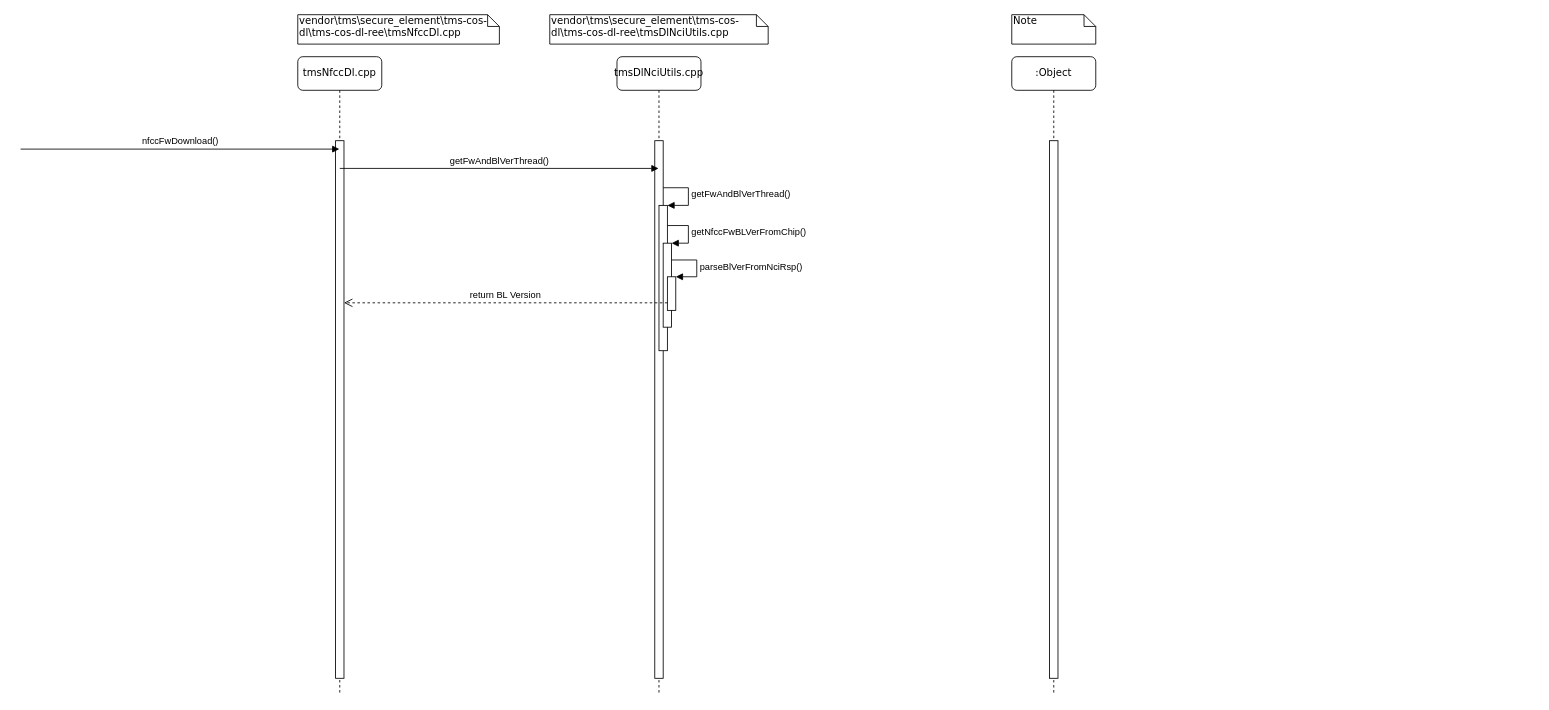
SuperSources/draw.io keeps this draw.io diagram as FwBLUpdate.drawio. Above is the earlier version. Source tidied: cells renumbered, new cells numbered last; positions are measured from the earlier drawing's top-left corner, leaving out a move shared by most shapes. Both pictures are drawn from the tidied source at 84%, with x=0, y=0 at pixel (20, 14).
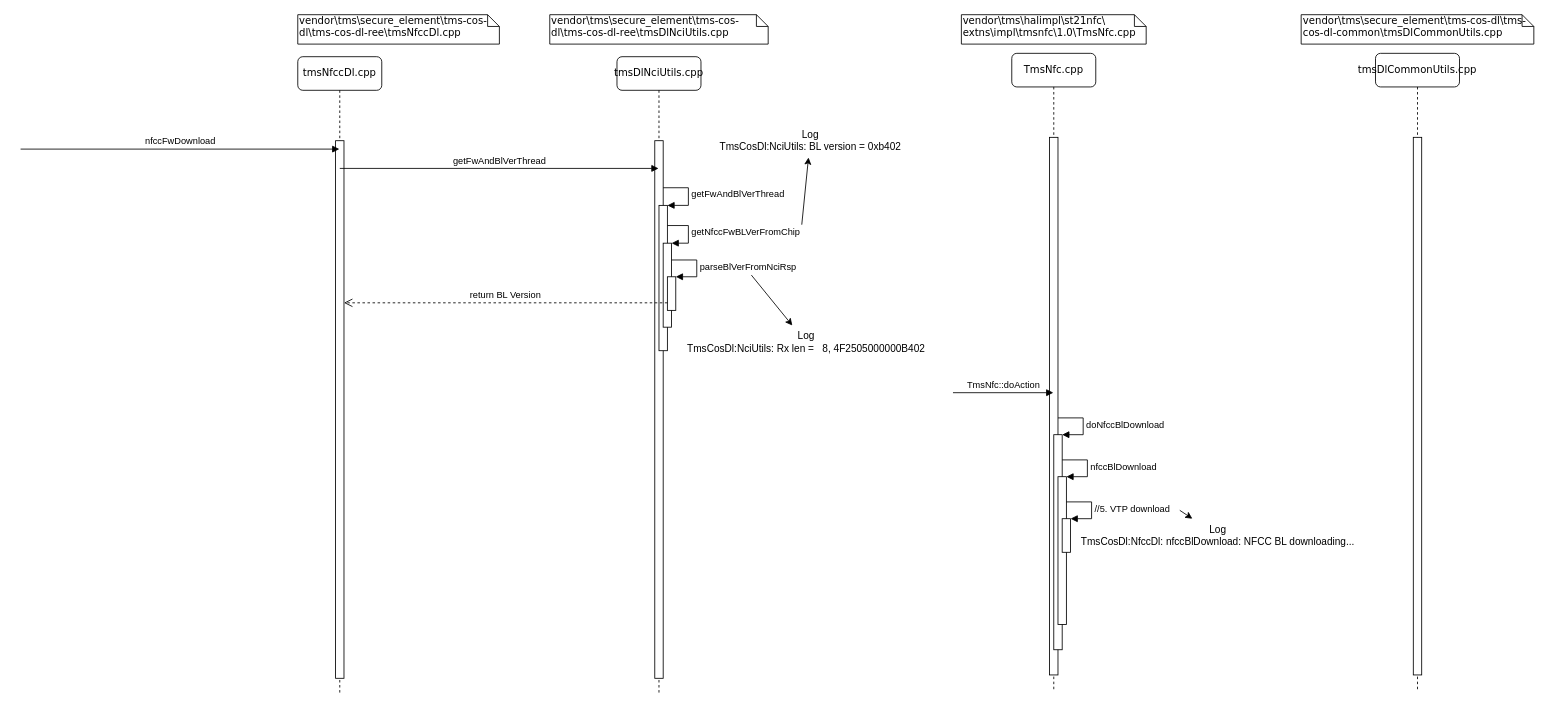
After the change.

Unchanged cells that the change refers to:
```xml
<mxCell id="4" value="tmsDlNciUtils.cpp" style="shape=umlLifeline;perimeter=lifelinePerimeter;whiteSpace=wrap;html=1;rounded=1;shadow=0;comic=0;labelBackgroundColor=none;strokeWidth=1;fontFamily=Verdana;fontSize=12;align=center;" parent="1" vertex="1">
  <mxGeometry x="710" y="50" width="100" height="760" as="geometry" />
</mxCell>
<mxCell id="6" style="html=1;points=[];perimeter=orthogonalPerimeter;" parent="4" vertex="1">
  <mxGeometry x="50" y="177" width="10" height="173" as="geometry" />
</mxCell>
<mxCell id="8" style="html=1;points=[];perimeter=orthogonalPerimeter;" parent="4" vertex="1">
  <mxGeometry x="55" y="222" width="10" height="100" as="geometry" />
</mxCell>
<mxCell id="10" style="html=1;points=[];perimeter=orthogonalPerimeter;" parent="4" vertex="1">
  <mxGeometry x="60" y="262" width="10" height="40" as="geometry" />
</mxCell>
<mxCell id="14" value="tmsNfccDl.cpp" style="shape=umlLifeline;perimeter=lifelinePerimeter;whiteSpace=wrap;html=1;rounded=1;shadow=0;comic=0;labelBackgroundColor=none;strokeWidth=1;fontFamily=Verdana;fontSize=12;align=center;" parent="1" vertex="1">
  <mxGeometry x="330" y="50" width="100" height="760" as="geometry" />
</mxCell>
```

The edit, as a diff of the source:
```diff
@@
-    <mxCell id="2" value=":Object" style="shape=umlLifeline;perimeter=lifelinePerimeter;whiteSpace=wrap;html=1;outlineConnect=0;rounded=1;shadow=0;comic=0;labelBackgroundColor=none;strokeWidth=1;fontFamily=Verdana;fontSize=12;align=center;" parent="1" vertex="1">
-      <mxGeometry x="1180" y="50" width="100" height="760" as="geometry" />
+    <mxCell id="2" value="TmsNfc.cpp" style="shape=umlLifeline;perimeter=lifelinePerimeter;whiteSpace=wrap;html=1;outlineConnect=0;rounded=1;shadow=0;comic=0;labelBackgroundColor=none;strokeWidth=1;fontFamily=Verdana;fontSize=12;align=center;" parent="1" vertex="1">
+      <mxGeometry x="1180" y="46" width="100" height="760" as="geometry" />
     </mxCell>
@@
+    <mxCell id="20" style="html=1;points=[];perimeter=orthogonalPerimeter;" parent="2" vertex="1">
+      <mxGeometry x="50" y="454" width="10" height="256" as="geometry" />
+    </mxCell>
+    <mxCell id="21" value="doNfccBlDownload" style="edgeStyle=orthogonalEdgeStyle;html=1;align=left;spacingLeft=2;endArrow=block;rounded=0;entryX=1;entryY=0;" parent="2" edge="1" target="20">
+      <mxGeometry relative="1" as="geometry">
+        <mxPoint x="55" y="434" as="sourcePoint" />
+        <Array as="points">
+          <mxPoint x="85" y="434" />
+        </Array>
+      </mxGeometry>
+    </mxCell>
+    <mxCell id="22" style="html=1;points=[];perimeter=orthogonalPerimeter;" parent="2" vertex="1">
+      <mxGeometry x="55" y="504" width="10" height="176" as="geometry" />
+    </mxCell>
+    <mxCell id="23" value="nfccBlDownload" style="edgeStyle=orthogonalEdgeStyle;html=1;align=left;spacingLeft=2;endArrow=block;rounded=0;entryX=1;entryY=0;" parent="2" edge="1" target="22">
+      <mxGeometry relative="1" as="geometry">
+        <mxPoint x="60" y="484" as="sourcePoint" />
+        <Array as="points">
+          <mxPoint x="90" y="484" />
+        </Array>
+      </mxGeometry>
+    </mxCell>
+    <mxCell id="24" style="html=1;points=[];perimeter=orthogonalPerimeter;" parent="2" vertex="1">
+      <mxGeometry x="60" y="554" width="10" height="40" as="geometry" />
+    </mxCell>
+    <mxCell id="25" value="//5. VTP download" style="edgeStyle=orthogonalEdgeStyle;html=1;align=left;spacingLeft=2;endArrow=block;rounded=0;entryX=1;entryY=0;" parent="2" edge="1" target="24">
+      <mxGeometry relative="1" as="geometry">
+        <mxPoint x="65" y="534" as="sourcePoint" />
+        <Array as="points">
+          <mxPoint x="95" y="534" />
+        </Array>
+      </mxGeometry>
+    </mxCell>
+    <mxCell id="26" style="endArrow=classic;html=1;rounded=0;" parent="2" edge="1" target="31">
+      <mxGeometry relative="1" as="geometry">
+        <mxPoint x="200" y="544" as="sourcePoint" />
+      </mxGeometry>
+    </mxCell>
@@
-    <mxCell id="7" value="getFwAndBlVerThread()" style="edgeStyle=orthogonalEdgeStyle;html=1;align=left;spacingLeft=2;endArrow=block;rounded=0;entryX=1;entryY=0;" parent="4" edge="1" target="6">
+    <mxCell id="7" value="getFwAndBlVerThread" style="edgeStyle=orthogonalEdgeStyle;html=1;align=left;spacingLeft=2;endArrow=block;rounded=0;entryX=1;entryY=0;" parent="4" edge="1" target="6">
       <mxGeometry relative="1" as="geometry">
         <mxPoint x="55" y="156" as="sourcePoint" />
         <Array as="points">
           <mxPoint x="85" y="156" />
         </Array>
       </mxGeometry>
     </mxCell>
@@
-    <mxCell id="9" value="getNfccFwBLVerFromChip()" style="edgeStyle=orthogonalEdgeStyle;html=1;align=left;spacingLeft=2;endArrow=block;rounded=0;entryX=1;entryY=0;" parent="4" edge="1" target="8">
+    <mxCell id="9" value="getNfccFwBLVerFromChip" style="edgeStyle=orthogonalEdgeStyle;html=1;align=left;spacingLeft=2;endArrow=block;rounded=0;entryX=1;entryY=0;" parent="4" edge="1" target="8">
       <mxGeometry relative="1" as="geometry">
         <mxPoint x="60" y="201" as="sourcePoint" />
         <Array as="points">
           <mxPoint x="85" y="201" />
           <mxPoint x="85" y="222" />
         </Array>
       </mxGeometry>
     </mxCell>
@@
-    <mxCell id="11" value="parseBlVerFromNciRsp()" style="edgeStyle=orthogonalEdgeStyle;html=1;align=left;spacingLeft=2;endArrow=block;rounded=0;entryX=1;entryY=0;" parent="4" edge="1" target="10">
+    <mxCell id="11" value="parseBlVerFromNciRsp" style="edgeStyle=orthogonalEdgeStyle;html=1;align=left;spacingLeft=2;endArrow=block;rounded=0;entryX=1;entryY=0;" parent="4" edge="1" target="10">
       <mxGeometry relative="1" as="geometry">
         <mxPoint x="65" y="242" as="sourcePoint" />
         <Array as="points">
           <mxPoint x="95" y="242" />
         </Array>
       </mxGeometry>
     </mxCell>
@@
-    <mxCell id="13" value="Note" style="shape=note;whiteSpace=wrap;html=1;size=14;verticalAlign=top;align=left;spacingTop=-6;rounded=0;shadow=0;comic=0;labelBackgroundColor=none;strokeWidth=1;fontFamily=Verdana;fontSize=12;" parent="1" vertex="1">
-      <mxGeometry x="1180" width="100" height="35" as="geometry" />
+    <mxCell id="13" value="vendor\tms\halimpl\st21nfc\&lt;br&gt;extns\impl\tmsnfc\1.0\TmsNfc.cpp" style="shape=note;whiteSpace=wrap;html=1;size=14;verticalAlign=top;align=left;spacingTop=-6;rounded=0;shadow=0;comic=0;labelBackgroundColor=none;strokeWidth=1;fontFamily=Verdana;fontSize=12;" parent="1" vertex="1">
+      <mxGeometry x="1120" width="220" height="35" as="geometry" />
     </mxCell>
@@
-    <mxCell id="16" value="&lt;span style=&quot;text-align: left;&quot;&gt;getFwAndBlVerThread()&lt;/span&gt;" style="html=1;verticalAlign=bottom;endArrow=block;rounded=0;" parent="14" edge="1">
+    <mxCell id="16" value="&lt;span style=&quot;text-align: left;&quot;&gt;getFwAndBlVerThread&lt;/span&gt;" style="html=1;verticalAlign=bottom;endArrow=block;rounded=0;" parent="14" edge="1">
       <mxGeometry relative="1" as="geometry">
         <mxPoint x="50" y="133" as="sourcePoint" />
         <mxPoint x="429.5" y="133" as="targetPoint" />
       </mxGeometry>
     </mxCell>
@@
-    <mxCell id="18" value="nfccFwDownload()" style="html=1;verticalAlign=bottom;endArrow=block;rounded=0;" parent="1" edge="1">
+    <mxCell id="18" value="nfccFwDownload" style="html=1;verticalAlign=bottom;endArrow=block;rounded=0;" parent="1" edge="1">
       <mxGeometry relative="1" as="geometry">
         <mxPoint y="160" as="sourcePoint" />
         <mxPoint x="379.5" y="160" as="targetPoint" />
       </mxGeometry>
     </mxCell>
@@
+    <mxCell id="27" value="Log&lt;br&gt;TmsCosDl:NciUtils: Rx len =&amp;nbsp; &amp;nbsp;8, 4F2505000000B402" style="text;html=1;align=center;verticalAlign=middle;points=[];fillColor=none;strokeColor=none;rounded=0;" parent="1" vertex="1">
+      <mxGeometry x="780" y="370" width="310" height="40" as="geometry" />
+    </mxCell>
+    <mxCell id="28" value="Log&lt;br&gt;TmsCosDl:NciUtils: BL version = 0xb402" style="text;html=1;align=center;verticalAlign=middle;points=[];fillColor=none;strokeColor=none;rounded=0;" parent="1" vertex="1">
+      <mxGeometry x="820" y="130" width="240" height="40" as="geometry" />
+    </mxCell>
+    <mxCell id="29" style="endArrow=classic;html=1;rounded=0;" parent="1" edge="1" target="27">
+      <mxGeometry relative="1" as="geometry">
+        <mxPoint x="870" y="310" as="sourcePoint" />
+      </mxGeometry>
+    </mxCell>
+    <mxCell id="30" style="endArrow=classic;html=1;rounded=0;" parent="1" edge="1" target="28">
+      <mxGeometry relative="1" as="geometry">
+        <mxPoint x="930" y="250" as="sourcePoint" />
+      </mxGeometry>
+    </mxCell>
+    <mxCell id="31" value="Log&lt;br&gt;TmsCosDl:NfccDl: nfccBlDownload: NFCC BL downloading..." style="text;html=1;align=center;verticalAlign=middle;points=[];fillColor=none;strokeColor=none;rounded=0;" parent="1" vertex="1">
+      <mxGeometry x="1250" y="600" width="350" height="40" as="geometry" />
+    </mxCell>
+    <mxCell id="32" value="&lt;div style=&quot;text-align: left;&quot;&gt;&lt;span style=&quot;font-size: 11px;&quot;&gt;TmsNfc::doAction&lt;/span&gt;&lt;/div&gt;" style="html=1;verticalAlign=bottom;endArrow=block;rounded=0;" parent="1" edge="1" target="2">
+      <mxGeometry relative="1" as="geometry">
+        <mxPoint x="1110" y="450" as="sourcePoint" />
+      </mxGeometry>
+    </mxCell>
+    <mxCell id="33" value="tmsDlCommonUtils.cpp" style="shape=umlLifeline;perimeter=lifelinePerimeter;whiteSpace=wrap;html=1;rounded=1;shadow=0;comic=0;labelBackgroundColor=none;strokeWidth=1;fontFamily=Verdana;fontSize=12;align=center;" parent="1" vertex="1">
+      <mxGeometry x="1613" y="46" width="100" height="760" as="geometry" />
+    </mxCell>
+    <mxCell id="34" style="html=1;perimeter=orthogonalPerimeter;rounded=0;shadow=0;comic=0;labelBackgroundColor=none;strokeWidth=1;fontFamily=Verdana;fontSize=12;align=center;" parent="33" vertex="1">
+      <mxGeometry x="45" y="100" width="10" height="640" as="geometry" />
+    </mxCell>
+    <mxCell id="35" value="vendor\tms\secure_element\tms-cos-dl\tms-cos-dl-common\tmsDlCommonUtils.cpp" style="shape=note;whiteSpace=wrap;html=1;size=14;verticalAlign=top;align=left;spacingTop=-6;rounded=0;shadow=0;comic=0;labelBackgroundColor=none;strokeWidth=1;fontFamily=Verdana;fontSize=12;" parent="1" vertex="1">
+      <mxGeometry x="1524.5" width="277" height="35" as="geometry" />
+    </mxCell>
```
